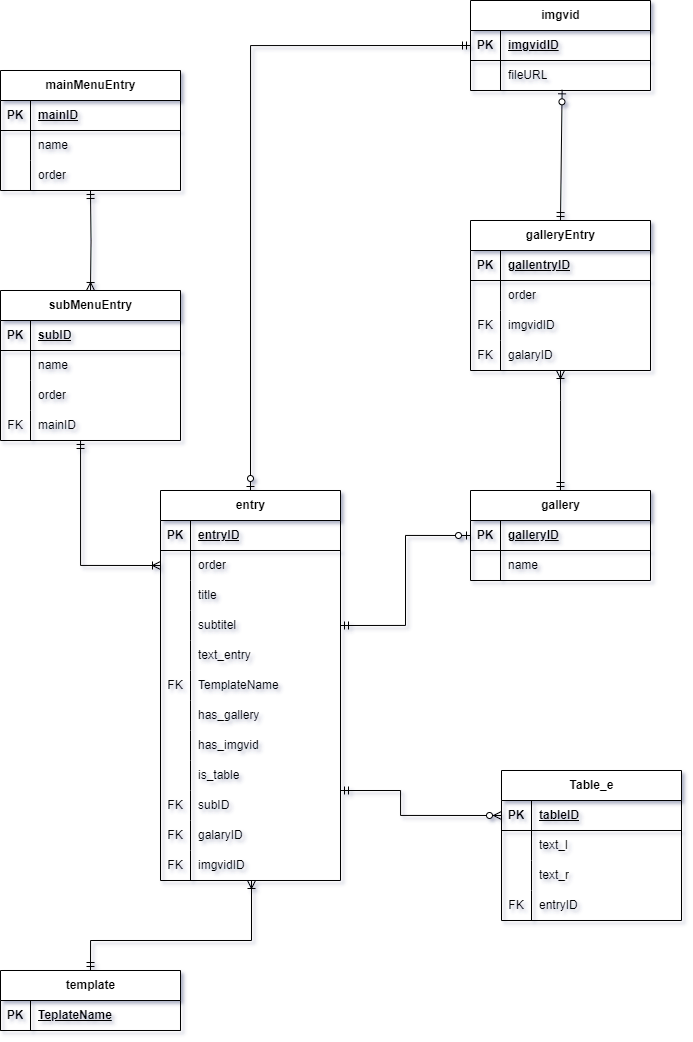
Werzu25/MusikbezirkSilz keeps this draw.io diagram as src/db/schema.png. Above is the earlier version. Source tidied: cells renumbered, new cells last; positions are measured from the earlier drawing's top-left corner, leaving out a move shared by most shapes.
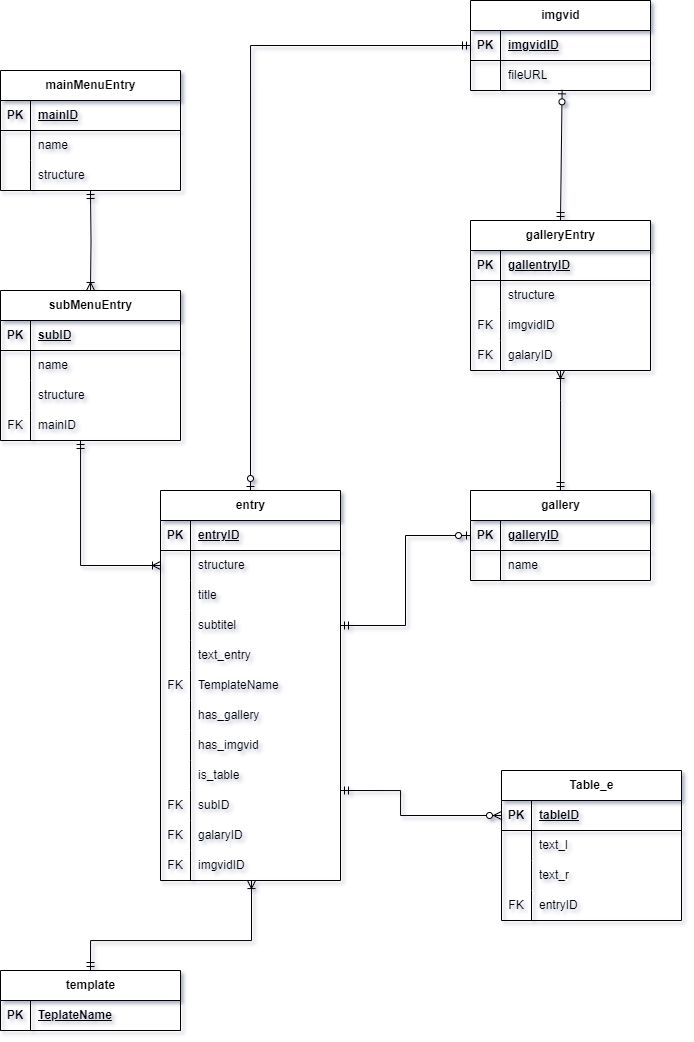
After the change.

Commit message:
schema is now working

What changed in the source:
```diff
@@ -20,7 +20,7 @@
     <mxCell id="7" style="shape=partialRectangle;fillColor=none;top=0;left=0;bottom=0;right=0;overflow=hidden;whiteSpace=wrap;html=1;" parent="6" vertex="1">
       <mxGeometry width="30" height="30" as="geometry" />
     </mxCell>
-    <mxCell id="8" value="order" style="shape=partialRectangle;fillColor=none;top=0;left=0;bottom=0;right=0;align=left;spacingLeft=6;overflow=hidden;whiteSpace=wrap;html=1;" parent="6" vertex="1">
+    <mxCell id="8" value="structure" style="shape=partialRectangle;fillColor=none;top=0;left=0;bottom=0;right=0;align=left;spacingLeft=6;overflow=hidden;whiteSpace=wrap;html=1;" parent="6" vertex="1">
       <mxGeometry x="30" width="150" height="30" as="geometry" />
     </mxCell>
     <mxCell id="9" style="shape=tableRow;horizontal=0;startSize=0;swimlaneHead=0;swimlaneBody=0;fillColor=none;top=0;left=0;right=0;bottom=0;" parent="2" vertex="1">
@@ -83,7 +83,7 @@
     <mxCell id="28" style="shape=partialRectangle;fillColor=none;top=0;left=0;bottom=0;right=0;overflow=hidden;whiteSpace=wrap;html=1;" parent="27" vertex="1">
       <mxGeometry width="30" height="30" as="geometry" />
     </mxCell>
-    <mxCell id="29" value="order" style="shape=partialRectangle;fillColor=none;top=0;left=0;bottom=0;right=0;align=left;spacingLeft=6;overflow=hidden;whiteSpace=wrap;html=1;" parent="27" vertex="1">
+    <mxCell id="29" value="structure" style="shape=partialRectangle;fillColor=none;top=0;left=0;bottom=0;right=0;align=left;spacingLeft=6;overflow=hidden;whiteSpace=wrap;html=1;" parent="27" vertex="1">
       <mxGeometry x="30" width="150" height="30" as="geometry" />
     </mxCell>
     <mxCell id="30" style="shape=tableRow;horizontal=0;startSize=0;swimlaneHead=0;swimlaneBody=0;fillColor=none;top=0;left=0;right=0;bottom=0;" parent="23" vertex="1">
@@ -166,7 +166,7 @@
     <mxCell id="54" style="shape=partialRectangle;fillColor=none;top=0;left=0;bottom=0;right=0;overflow=hidden;whiteSpace=wrap;html=1;" parent="53" vertex="1">
       <mxGeometry width="30" height="30" as="geometry" />
     </mxCell>
-    <mxCell id="55" value="order" style="shape=partialRectangle;fillColor=none;top=0;left=0;bottom=0;right=0;align=left;spacingLeft=6;overflow=hidden;whiteSpace=wrap;html=1;" parent="53" vertex="1">
+    <mxCell id="55" value="structure" style="shape=partialRectangle;fillColor=none;top=0;left=0;bottom=0;right=0;align=left;spacingLeft=6;overflow=hidden;whiteSpace=wrap;html=1;" parent="53" vertex="1">
       <mxGeometry x="30" width="150" height="30" as="geometry" />
     </mxCell>
     <mxCell id="56" value="subMenuEntry" style="shape=table;startSize=30;rowLines=0;fontStyle=1;align=center;html=1;" parent="1" vertex="1">
@@ -196,7 +196,7 @@
     <mxCell id="64" style="shape=partialRectangle;fillColor=none;top=0;left=0;bottom=0;right=0;overflow=hidden;whiteSpace=wrap;html=1;" parent="63" vertex="1">
       <mxGeometry width="30" height="30" as="geometry" />
     </mxCell>
-    <mxCell id="65" value="order" style="shape=partialRectangle;fillColor=none;top=0;left=0;bottom=0;right=0;align=left;spacingLeft=6;overflow=hidden;whiteSpace=wrap;html=1;" parent="63" vertex="1">
+    <mxCell id="65" value="structure" style="shape=partialRectangle;fillColor=none;top=0;left=0;bottom=0;right=0;align=left;spacingLeft=6;overflow=hidden;whiteSpace=wrap;html=1;" parent="63" vertex="1">
       <mxGeometry x="30" width="150" height="30" as="geometry" />
     </mxCell>
     <mxCell id="66" style="shape=tableRow;horizontal=0;startSize=0;swimlaneHead=0;swimlaneBody=0;fillColor=none;points=[[0,0.5],[1,0.5]];portConstraint=eastwest;top=0;left=0;right=0;bottom=0;" parent="56" vertex="1">
```
